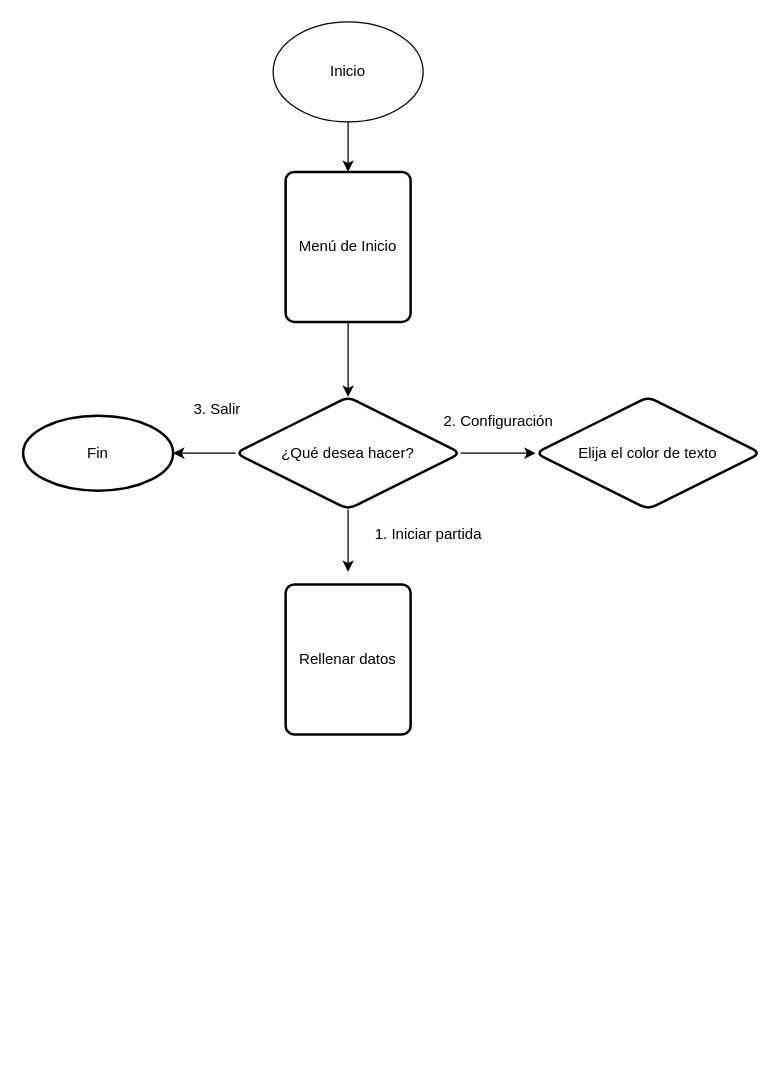
Earlier version of the draw.io diagram Diagrama de flujo.drawio (aigora/twQ103_2122-control-z). Source tidied: cells renumbered, new cells numbered last; positions are measured from the earlier drawing's top-left corner, leaving out a move shared by most shapes. Both pictures are drawn from the tidied source at 125%, with x=0, y=0 at pixel (22, 21).
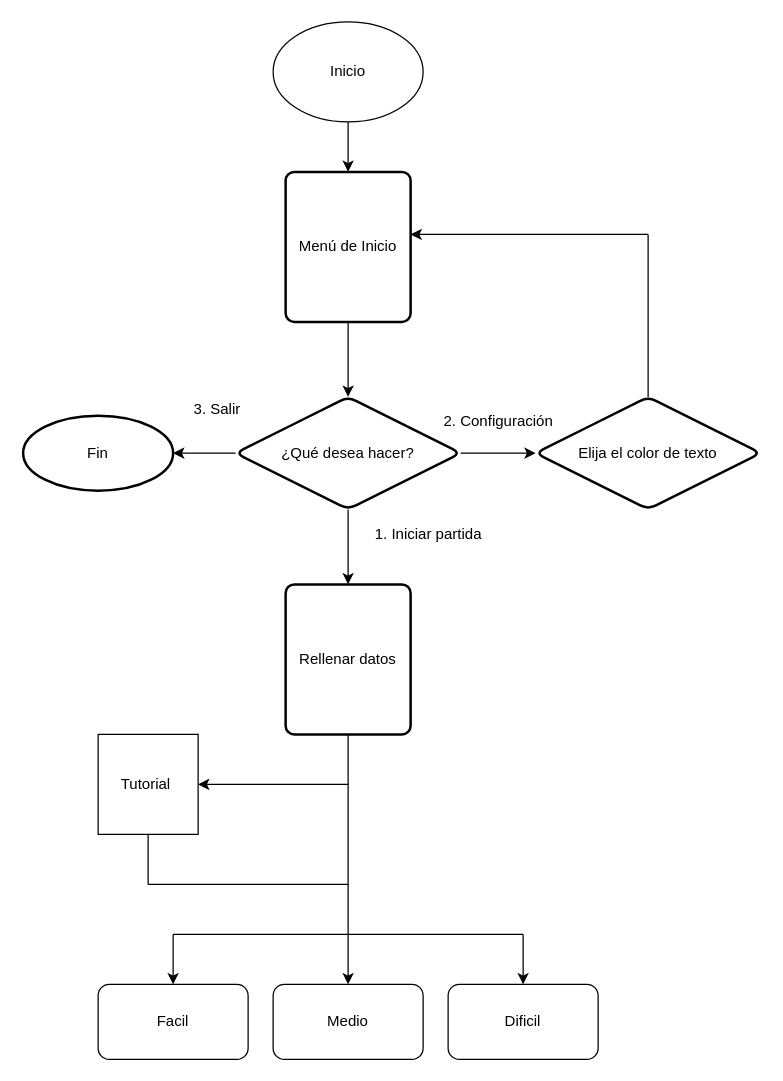
The same page after the edit.

Commit message (it also covers changes not shown here):
cambio ligero flujograma

The change refers to these unchanged cells:
```xml
<mxCell id="5" value="Menú de Inicio" style="rounded=1;whiteSpace=wrap;html=1;absoluteArcSize=1;arcSize=14;strokeWidth=2;" parent="1" vertex="1">
  <mxGeometry x="210" y="120" width="100" height="120" as="geometry" />
</mxCell>
<mxCell id="7" value="¿Qué desea hacer?" style="rhombus;whiteSpace=wrap;html=1;rounded=1;arcSize=14;strokeWidth=2;" parent="1" vertex="1">
  <mxGeometry x="170" y="300" width="180" height="90" as="geometry" />
</mxCell>
<mxCell id="10" value="Elija el color de texto" style="rhombus;whiteSpace=wrap;html=1;rounded=1;arcSize=14;strokeWidth=2;" parent="1" vertex="1">
  <mxGeometry x="410" y="300" width="180" height="90" as="geometry" />
</mxCell>
<mxCell id="15" value="Rellenar datos" style="rounded=1;whiteSpace=wrap;html=1;absoluteArcSize=1;arcSize=14;strokeWidth=2;" parent="1" vertex="1">
  <mxGeometry x="210" y="450" width="100" height="120" as="geometry" />
</mxCell>
```

What changed in the source:
```diff
@@
     <mxCell id="11" style="edgeStyle=orthogonalEdgeStyle;rounded=0;jettySize=auto;html=1;entryX=0;entryY=0.5;entryDx=0;entryDy=0;exitX=1;exitY=0.5;exitDx=0;exitDy=0;" parent="1" edge="1" source="7" target="10">
-      <mxGeometry relative="1" as="geometry" />
+      <mxGeometry relative="1" as="geometry">
+        <Array as="points">
+          <mxPoint x="350" y="345" />
+          <mxPoint x="350" y="345" />
+        </Array>
+      </mxGeometry>
     </mxCell>
@@
-    <mxCell id="14" style="edgeStyle=orthogonalEdgeStyle;rounded=0;jettySize=auto;html=1;exitX=0.5;exitY=1;exitDx=0;exitDy=0;" parent="1" edge="1" source="7">
-      <mxGeometry relative="1" as="geometry">
-        <mxPoint x="260" y="440" as="targetPoint" />
-      </mxGeometry>
+    <mxCell id="14" style="edgeStyle=orthogonalEdgeStyle;rounded=0;jettySize=auto;html=1;exitX=0.5;exitY=1;exitDx=0;exitDy=0;entryX=0.5;entryY=0;entryDx=0;entryDy=0;" parent="1" edge="1" source="7" target="15">
+      <mxGeometry relative="1" as="geometry" />
     </mxCell>
+    <mxCell id="16" style="edgeStyle=orthogonalEdgeStyle;rounded=0;jettySize=auto;html=1;entryX=0.5;entryY=0;entryDx=0;entryDy=0;" parent="1" edge="1" source="15" target="24">
+      <mxGeometry relative="1" as="geometry" />
+    </mxCell>
@@
+    <mxCell id="17" style="endArrow=none;html=1;rounded=0;" parent="1" edge="1">
+      <mxGeometry relative="1" as="geometry">
+        <mxPoint x="500" y="300" as="sourcePoint" />
+        <mxPoint x="500" y="170" as="targetPoint" />
+      </mxGeometry>
+    </mxCell>
+    <mxCell id="18" style="endArrow=classic;html=1;rounded=0;entryX=1;entryY=0.417;entryDx=0;entryDy=0;entryPerimeter=0;" parent="1" edge="1" target="5">
+      <mxGeometry relative="1" as="geometry">
+        <mxPoint x="500" y="170" as="sourcePoint" />
+      </mxGeometry>
+    </mxCell>
+    <mxCell id="19" style="endArrow=classic;html=1;rounded=0;" parent="1" edge="1">
+      <mxGeometry relative="1" as="geometry">
+        <mxPoint x="260" y="610" as="sourcePoint" />
+        <mxPoint x="140" y="610" as="targetPoint" />
+      </mxGeometry>
+    </mxCell>
+    <mxCell id="20" value="Tutorial&amp;nbsp;" style="whiteSpace=wrap;html=1;labelBorderColor=none;" parent="1" vertex="1">
+      <mxGeometry x="60" y="570" width="80" height="80" as="geometry" />
+    </mxCell>
+    <mxCell id="21" style="endArrow=none;html=1;rounded=0;" parent="1" edge="1">
+      <mxGeometry relative="1" as="geometry">
+        <mxPoint x="100" y="690" as="sourcePoint" />
+        <mxPoint x="100" y="650" as="targetPoint" />
+      </mxGeometry>
+    </mxCell>
+    <mxCell id="22" style="endArrow=none;html=1;rounded=0;" parent="1" edge="1">
+      <mxGeometry relative="1" as="geometry">
+        <mxPoint x="100" y="690" as="sourcePoint" />
+        <mxPoint x="260" y="690" as="targetPoint" />
+      </mxGeometry>
+    </mxCell>
+    <mxCell id="23" value="Facil" style="rounded=1;whiteSpace=wrap;html=1;" parent="1" vertex="1">
+      <mxGeometry x="60" y="770" width="120" height="60" as="geometry" />
+    </mxCell>
+    <mxCell id="24" value="Medio" style="rounded=1;whiteSpace=wrap;html=1;" parent="1" vertex="1">
+      <mxGeometry x="200" y="770" width="120" height="60" as="geometry" />
+    </mxCell>
+    <mxCell id="25" value="Dificil" style="rounded=1;whiteSpace=wrap;html=1;" parent="1" vertex="1">
+      <mxGeometry x="340" y="770" width="120" height="60" as="geometry" />
+    </mxCell>
+    <mxCell id="26" style="endArrow=none;html=1;rounded=0;" parent="1" edge="1">
+      <mxGeometry relative="1" as="geometry">
+        <mxPoint x="120" y="730" as="sourcePoint" />
+        <mxPoint x="400" y="730" as="targetPoint" />
+      </mxGeometry>
+    </mxCell>
+    <mxCell id="27" style="endArrow=classic;html=1;rounded=0;entryX=0.5;entryY=0;entryDx=0;entryDy=0;" parent="1" edge="1" target="23">
+      <mxGeometry relative="1" as="geometry">
+        <mxPoint x="120" y="730" as="sourcePoint" />
+      </mxGeometry>
+    </mxCell>
+    <mxCell id="28" style="endArrow=classic;html=1;rounded=0;entryX=0.5;entryY=0;entryDx=0;entryDy=0;" parent="1" edge="1" target="25">
+      <mxGeometry relative="1" as="geometry">
+        <mxPoint x="400" y="730" as="sourcePoint" />
+      </mxGeometry>
+    </mxCell>
```
